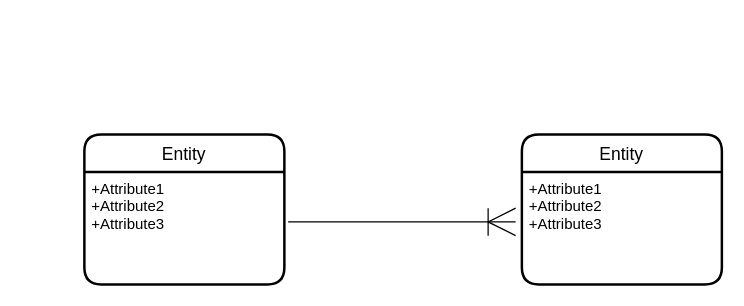
Earlier version of the draw.io diagram ER.dio (Shoma-Tatsumi/chat-app2). Source tidied: cells renumbered, new cells numbered last; positions are measured from the earlier drawing's top-left corner, leaving out a move shared by most shapes. Both pictures are drawn from the tidied source at 125%, with x=0, y=0 at pixel (84, 134).
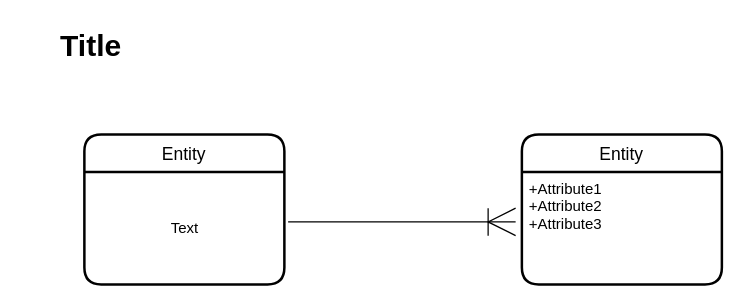
The same diagram, later.

What changed in the source:
```diff
@@
 <mxGraphModel>
   <root>
     <mxCell id="0" />
     <mxCell id="1" parent="0" />
     <mxCell id="2" value="Entity" style="swimlane;horizontal=1;startSize=30;rounded=1;fontSize=14;fontStyle=0;strokeWidth=2;shadow=0;dashed=0;align=center;" parent="1" vertex="1">
       <mxGeometry x="350" width="160" height="120" as="geometry" />
     </mxCell>
     <mxCell id="3" value="+Attribute1&#10;+Attribute2&#10;+Attribute3" style="align=left;strokeColor=none;fillColor=none;spacingLeft=4;fontSize=12;verticalAlign=top;" parent="2" vertex="1">
       <mxGeometry y="30" width="160" height="90" as="geometry" />
     </mxCell>
     <mxCell id="4" value="Entity" style="swimlane;horizontal=1;startSize=30;rounded=1;fontSize=14;fontStyle=0;strokeWidth=2;shadow=0;dashed=0;align=center;" parent="1" vertex="1">
       <mxGeometry width="160" height="120" as="geometry" />
     </mxCell>
-    <mxCell id="5" value="+Attribute1&#10;+Attribute2&#10;+Attribute3" style="align=left;strokeColor=none;fillColor=none;spacingLeft=4;fontSize=12;verticalAlign=top;" parent="4" vertex="1">
-      <mxGeometry y="30" width="160" height="90" as="geometry" />
-    </mxCell>
+    <mxCell id="7" value="Text" style="text;html=1;align=center;verticalAlign=middle;" parent="4" vertex="1">
+      <mxGeometry y="30" width="160" height="90" as="geometry" />
+    </mxCell>
     <mxCell id="6" style="edgeStyle=entityRelationEdgeStyle;fontSize=12;html=1;endArrow=ERoneToMany;strokeWidth=1;endSize=20;" parent="1" edge="1">
       <mxGeometry relative="1" as="geometry">
         <mxPoint x="163" y="70" as="sourcePoint" />
         <mxPoint x="345" y="70" as="targetPoint" />
       </mxGeometry>
     </mxCell>
+    <mxCell id="8" value="Title" style="text;strokeColor=none;fillColor=none;html=1;fontSize=24;fontStyle=1;verticalAlign=middle;align=center;" parent="1" vertex="1">
+      <mxGeometry x="-50" y="-90" width="110" height="40" as="geometry" />
+    </mxCell>
   </root>
 </mxGraphModel>
```
